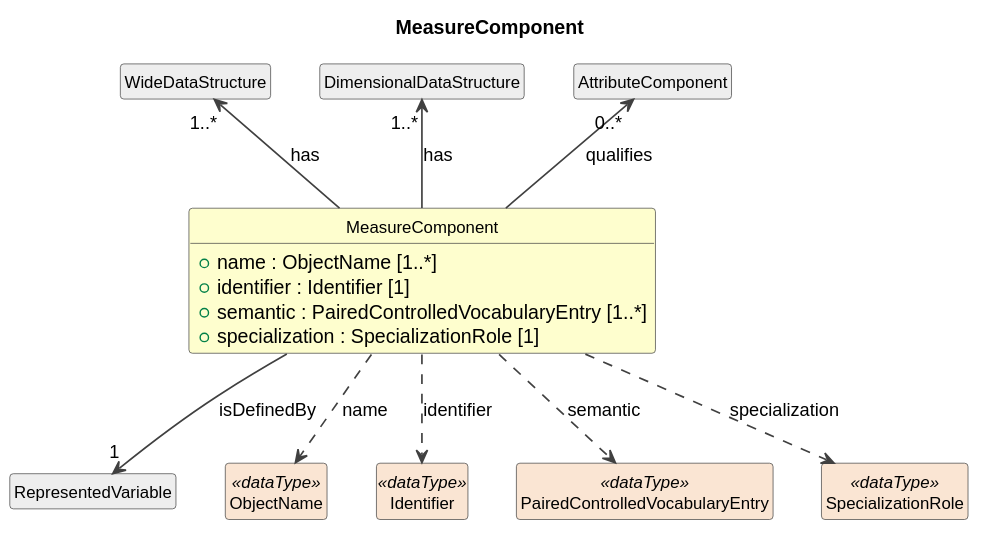
Cross-Domain-Interoperability-Framework/metadataBuildingBlocks keeps this PlantUML diagram as build/field-level-documentation/CDIFDataStructure/Classes/MeasureComponent.svg. Above is the earlier version. The source it was exported from:
```plantuml
@startuml
title MeasureComponent
hide circle
hide empty members
skinparam shadowing false
skinparam ArrowThickness 1.2
skinparam class {
  ArrowColor #404040
  BorderColor #404040
  FontSize 12
}

class "MeasureComponent" as MeasureComponent #FEFECE {
  +name : ObjectName [1..*]
  +identifier : Identifier [1]
  +semantic : PairedControlledVocabularyEntry [1..*]
  +specialization : SpecializationRole [1]
}
class "WideDataStructure" as WideDataStructure #EEEEEE
WideDataStructure "1..*" <-- MeasureComponent : has
class "DimensionalDataStructure" as DimensionalDataStructure #EEEEEE
DimensionalDataStructure "1..*" <-- MeasureComponent : has
class "RepresentedVariable" as RepresentedVariable #EEEEEE
MeasureComponent --> "1" RepresentedVariable : isDefinedBy
class "AttributeComponent" as AttributeComponent #EEEEEE
AttributeComponent "0..*" <-- MeasureComponent : qualifies
class "ObjectName" as ObjectName <<dataType>> #FAE5D3
MeasureComponent ..> ObjectName : name
class "Identifier" as Identifier <<dataType>> #FAE5D3
MeasureComponent ..> Identifier : identifier
class "PairedControlledVocabularyEntry" as PairedControlledVocabularyEntry <<dataType>> #FAE5D3
MeasureComponent ..> PairedControlledVocabularyEntry : semantic
class "SpecializationRole" as SpecializationRole <<dataType>> #FAE5D3
MeasureComponent ..> SpecializationRole : specialization
@enduml
```
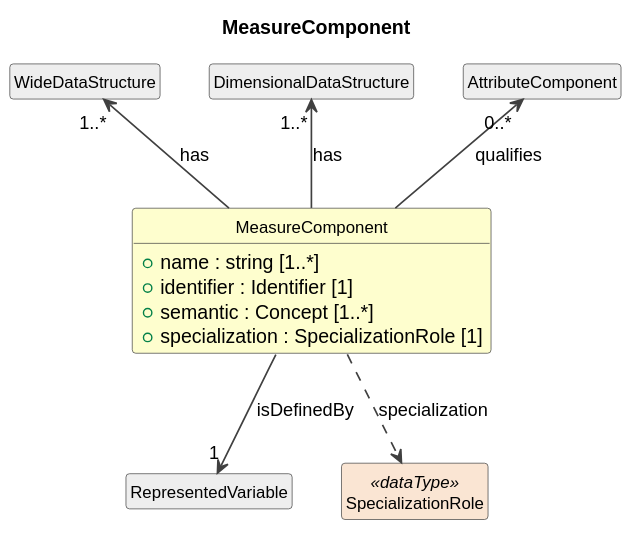
The same file after the commit.

The edit, as a diff of the source:
```diff
@@ -11,9 +11,9 @@
 }
 
 class "MeasureComponent" as MeasureComponent #FEFECE {
-  +name : ObjectName [1..*]
+  +name : string [1..*]
   +identifier : Identifier [1]
-  +semantic : PairedControlledVocabularyEntry [1..*]
+  +semantic : Concept [1..*]
   +specialization : SpecializationRole [1]
 }
 class "WideDataStructure" as WideDataStructure #EEEEEE
@@ -24,12 +24,6 @@
 MeasureComponent --> "1" RepresentedVariable : isDefinedBy
 class "AttributeComponent" as AttributeComponent #EEEEEE
 AttributeComponent "0..*" <-- MeasureComponent : qualifies
-class "ObjectName" as ObjectName <<dataType>> #FAE5D3
-MeasureComponent ..> ObjectName : name
-class "Identifier" as Identifier <<dataType>> #FAE5D3
-MeasureComponent ..> Identifier : identifier
-class "PairedControlledVocabularyEntry" as PairedControlledVocabularyEntry <<dataType>> #FAE5D3
-MeasureComponent ..> PairedControlledVocabularyEntry : semantic
 class "SpecializationRole" as SpecializationRole <<dataType>> #FAE5D3
 MeasureComponent ..> SpecializationRole : specialization
 @enduml
```
